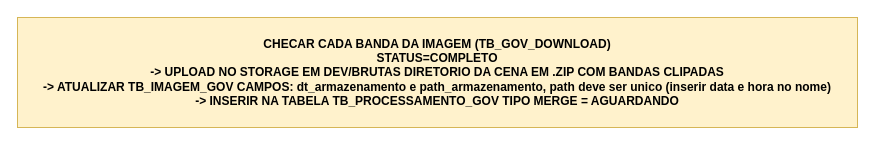
Above: page "Fluxograma Monitoramento BANDAS" (4 of 5) of API_INDICES_HD.drawio in gabrielk-visiona/data-teste (draw.io), before the change. Source tidied: cells renumbered, new cells numbered last; positions are measured from the earlier drawing's top-left corner, leaving out a move shared by most shapes. Both pictures are drawn from the tidied source at 100%, with x=0, y=0 at pixel (17, 17).
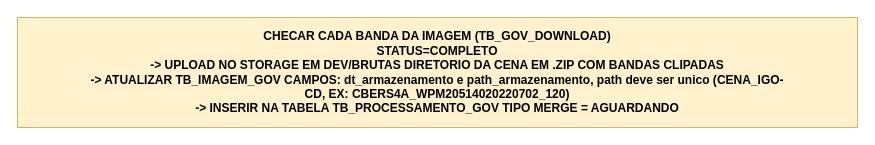
The same diagram, later.

The edit, as a diff of the source:
```diff
@@
 <mxGraphModel>
   <root>
     <mxCell id="0" />
     <mxCell id="1" parent="0" />
-    <mxCell id="2" value="&lt;span style=&quot;text-wrap: nowrap;&quot;&gt;CHECAR CADA BANDA DA IMAGEM (TB_GOV_DOWNLOAD)&lt;/span&gt;&lt;div&gt;&lt;span style=&quot;text-wrap: nowrap;&quot;&gt;STATUS=COMPLETO&lt;/span&gt;&lt;/div&gt;&lt;div&gt;&lt;span style=&quot;text-wrap: nowrap;&quot;&gt;-&amp;gt; UPLOAD NO STORAGE EM DEV/BRUTAS DIRETORIO DA CENA EM .ZIP COM BANDAS CLIPADAS&lt;/span&gt;&lt;/div&gt;&lt;div&gt;&lt;span style=&quot;text-wrap: nowrap;&quot;&gt;-&amp;gt; ATUALIZAR TB_IMAGEM_GOV CAMPOS: dt_armazenamento e path_armazenamento, path deve ser unico (inserir data e hora no nome)&lt;/span&gt;&lt;span style=&quot;text-wrap: nowrap;&quot;&gt;&lt;br&gt;&lt;/span&gt;&lt;/div&gt;&lt;div&gt;&lt;span style=&quot;text-wrap: nowrap;&quot;&gt;-&amp;gt; INSERIR NA TABELA TB_PROCESSAMENTO_GOV TIPO MERGE = AGUARDANDO&lt;/span&gt;&lt;/div&gt;" style="text;html=1;align=center;verticalAlign=middle;whiteSpace=wrap;rounded=0;fillColor=#fff2cc;strokeColor=#d6b656;fontStyle=1;" parent="1" vertex="1">
+    <mxCell id="2" value="&lt;span style=&quot;text-wrap: nowrap;&quot;&gt;CHECAR CADA BANDA DA IMAGEM (TB_GOV_DOWNLOAD)&lt;/span&gt;&lt;div&gt;&lt;span style=&quot;text-wrap: nowrap;&quot;&gt;STATUS=COMPLETO&lt;/span&gt;&lt;/div&gt;&lt;div&gt;&lt;span style=&quot;text-wrap: nowrap;&quot;&gt;-&amp;gt; UPLOAD NO STORAGE EM DEV/BRUTAS DIRETORIO DA CENA EM .ZIP COM BANDAS CLIPADAS&lt;/span&gt;&lt;/div&gt;&lt;div&gt;&lt;span style=&quot;text-wrap: nowrap;&quot;&gt;-&amp;gt; ATUALIZAR TB_IMAGEM_GOV CAMPOS: dt_armazenamento e path_armazenamento, path deve ser unico (&lt;/span&gt;&lt;span dir=&quot;ltr&quot; class=&quot;ui-provider eb blt axa caa cab cac cae caf cag cah cai caj cak cal cam can cao cap caq car cas cat cau cav caw cax cay caz cba cbb cbc cbd cbe cbf cbg&quot;&gt;CENA_IGO-CD&lt;/span&gt;&lt;span style=&quot;text-wrap: nowrap;&quot;&gt;, EX:&amp;nbsp;&lt;/span&gt;&lt;span style=&quot;background-color: initial;&quot;&gt;CBERS4A_WPM20514020220702_120&lt;/span&gt;&lt;span style=&quot;text-wrap: nowrap; background-color: initial;&quot;&gt;)&lt;/span&gt;&lt;/div&gt;&lt;div&gt;&lt;span style=&quot;text-wrap: nowrap;&quot;&gt;-&amp;gt; INSERIR NA TABELA TB_PROCESSAMENTO_GOV TIPO MERGE = AGUARDANDO&lt;/span&gt;&lt;/div&gt;" style="text;html=1;align=center;verticalAlign=middle;whiteSpace=wrap;rounded=0;fillColor=#fff2cc;strokeColor=#d6b656;fontStyle=1;" parent="1" vertex="1">
       <mxGeometry width="840" height="110" as="geometry" />
     </mxCell>
   </root>
 </mxGraphModel>
```
